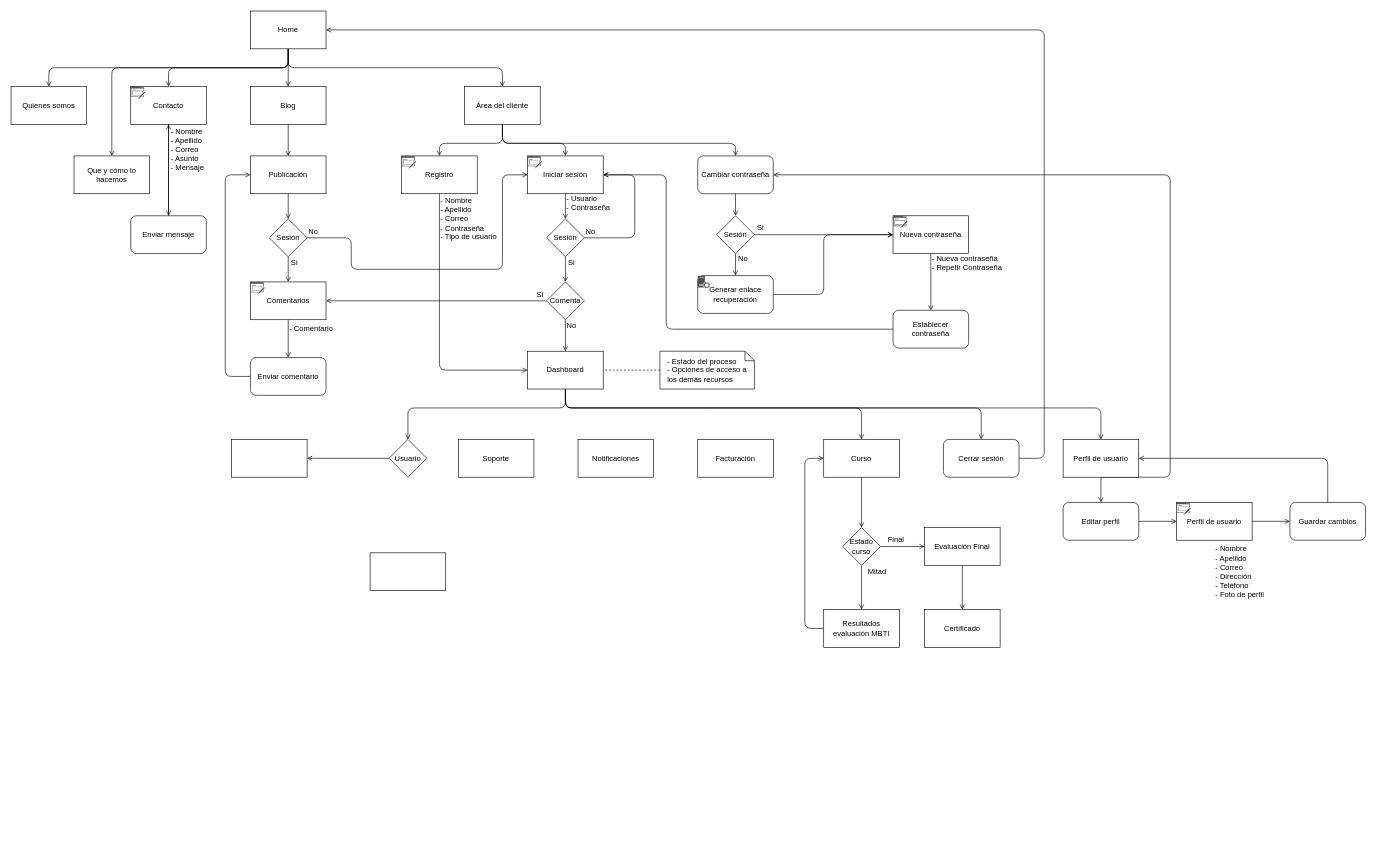
correakarl/TheTypeFactor keeps this draw.io diagram as page "MapaContenido" (3 of 3) of documentation/diagrams.drawio. Above is the earlier version. Source tidied: cells renumbered, new cells numbered last; positions are measured from the earlier drawing's top-left corner, leaving out a move shared by most shapes. Both pictures are drawn from the tidied source at 63%, with x=0, y=0 at pixel (11, 11).
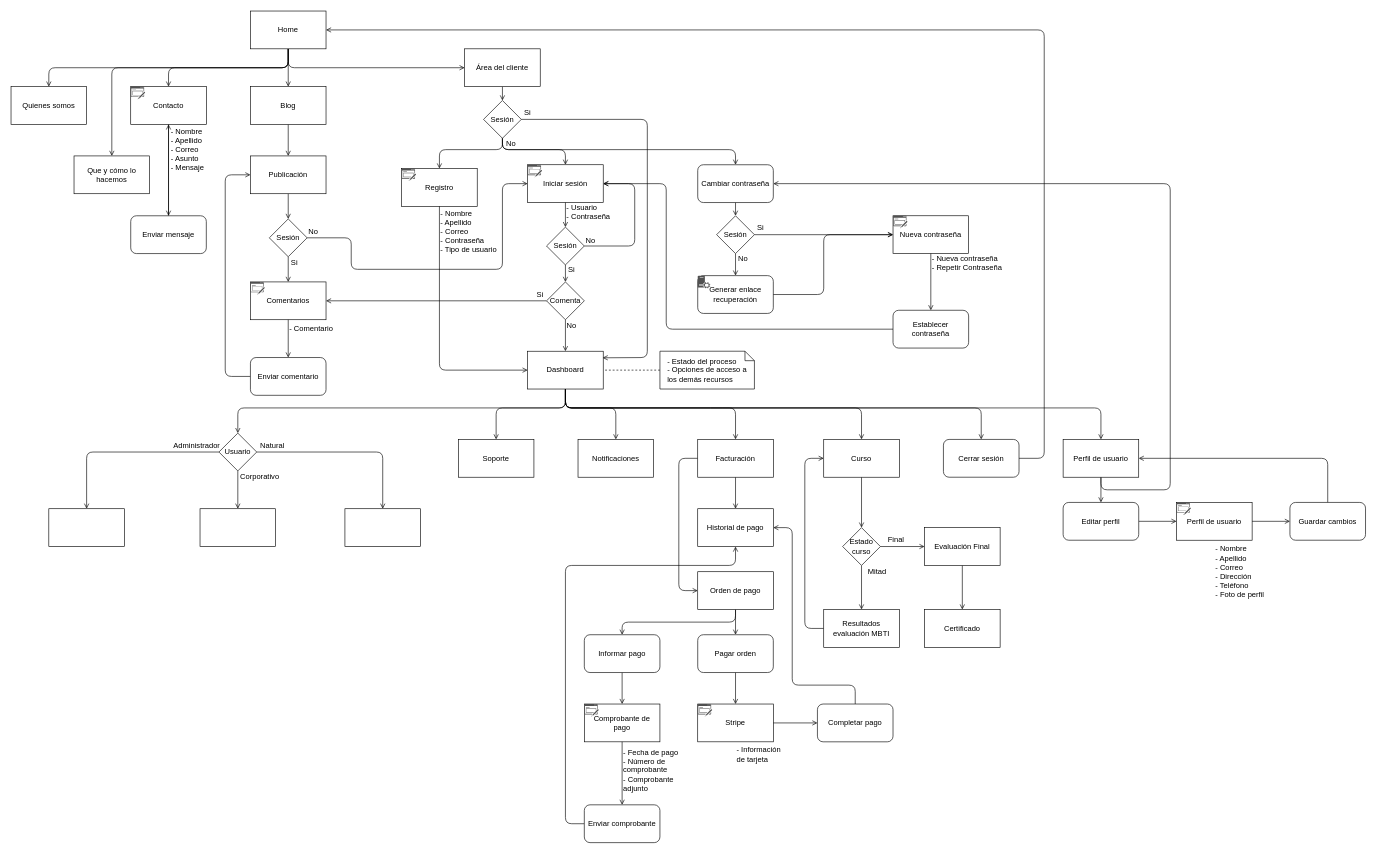
After the change.

The change refers to these unchanged cells:
```xml
<mxCell id="7" value="Home" style="rounded=0;whiteSpace=wrap;html=1;" parent="1" vertex="1">
  <mxGeometry x="380" width="120" height="60" as="geometry" />
</mxCell>
<mxCell id="14" value="Dashboard" style="rounded=0;whiteSpace=wrap;html=1;" parent="1" vertex="1">
  <mxGeometry x="820" y="540" width="120" height="60" as="geometry" />
</mxCell>
<mxCell id="20" value="Registro" style="rounded=0;whiteSpace=wrap;html=1;" parent="19" vertex="1">
  <mxGeometry width="120" height="60" as="geometry" />
</mxCell>
<mxCell id="23" value="Iniciar sesión" style="rounded=0;whiteSpace=wrap;html=1;" parent="22" vertex="1">
  <mxGeometry width="120" height="60" as="geometry" />
</mxCell>
<mxCell id="27" value="Sesión" style="rhombus;whiteSpace=wrap;html=1;" parent="1" vertex="1">
  <mxGeometry x="410" y="330" width="60" height="60" as="geometry" />
</mxCell>
<mxCell id="58" value="Establecer contraseña" style="rounded=1;whiteSpace=wrap;html=1;" parent="1" vertex="1">
  <mxGeometry x="1400" y="475" width="120" height="60" as="geometry" />
</mxCell>
<mxCell id="78" value="Perfil de usuario" style="whiteSpace=wrap;html=1;" parent="1" vertex="1">
  <mxGeometry x="1670" y="680" width="120" height="60" as="geometry" />
</mxCell>
<mxCell id="83" value="Facturación" style="whiteSpace=wrap;html=1;" parent="1" vertex="1">
  <mxGeometry x="1090" y="680" width="120" height="60" as="geometry" />
</mxCell>
<mxCell id="113" value="Notificaciones" style="whiteSpace=wrap;html=1;" parent="1" vertex="1">
  <mxGeometry x="900" y="680" width="120" height="60" as="geometry" />
</mxCell>
<mxCell id="114" value="Soporte" style="whiteSpace=wrap;html=1;" parent="1" vertex="1">
  <mxGeometry x="710" y="680" width="120" height="60" as="geometry" />
</mxCell>
```

Diff of the diagram source:
```diff
@@
     <mxCell id="6" style="edgeStyle=none;html=1;startArrow=none;startFill=0;endArrow=open;endFill=0;sourcePerimeterSpacing=0;" parent="1" edge="1" source="7" target="45">
       <mxGeometry relative="1" as="geometry">
         <Array as="points">
           <mxPoint x="440" y="90" />
-          <mxPoint x="780" y="90" />
         </Array>
       </mxGeometry>
     </mxCell>
@@
     <mxCell id="12" style="edgeStyle=none;html=1;startArrow=none;startFill=0;endArrow=open;endFill=0;sourcePerimeterSpacing=0;" parent="1" edge="1" source="14" target="37">
       <mxGeometry relative="1" as="geometry">
         <Array as="points">
           <mxPoint x="880" y="630" />
-          <mxPoint x="630" y="630" />
+          <mxPoint x="360" y="630" />
         </Array>
       </mxGeometry>
     </mxCell>
@@
     <mxCell id="19" style="group;" parent="1" vertex="1">
-      <mxGeometry x="620" y="230" width="120" height="60" as="geometry" />
+      <mxGeometry x="620" y="250" width="120" height="60" as="geometry" />
     </mxCell>
@@
     <mxCell id="22" style="group;" parent="1" vertex="1">
-      <mxGeometry x="820" y="230" width="120" height="60" as="geometry" />
+      <mxGeometry x="820" y="244" width="120" height="60" as="geometry" />
     </mxCell>
@@
     <mxCell id="26" style="edgeStyle=none;html=1;startArrow=none;startFill=0;endArrow=open;endFill=0;sourcePerimeterSpacing=0;" parent="1" edge="1" source="27" target="23">
       <mxGeometry relative="1" as="geometry">
         <Array as="points">
           <mxPoint x="540" y="360" />
           <mxPoint x="540" y="410" />
           <mxPoint x="780" y="410" />
-          <mxPoint x="780" y="260" />
+          <mxPoint x="780" y="274" />
         </Array>
       </mxGeometry>
     </mxCell>
@@
     <mxCell id="29" style="edgeStyle=none;html=1;startArrow=none;startFill=0;endArrow=open;endFill=0;sourcePerimeterSpacing=0;" parent="1" edge="1" source="30" target="23">
       <mxGeometry relative="1" as="geometry">
         <Array as="points">
-          <mxPoint x="990" y="360" />
-          <mxPoint x="990" y="260" />
+          <mxPoint x="990" y="373" />
+          <mxPoint x="990" y="274" />
         </Array>
       </mxGeometry>
     </mxCell>
     <mxCell id="30" value="Sesión" style="rhombus;whiteSpace=wrap;html=1;" parent="1" vertex="1">
-      <mxGeometry x="850" y="330" width="60" height="60" as="geometry" />
+      <mxGeometry x="850" y="343" width="60" height="60" as="geometry" />
     </mxCell>
@@
+    <mxCell id="115" style="edgeStyle=none;html=1;startArrow=none;startFill=0;endArrow=open;endFill=0;sourcePerimeterSpacing=0;" parent="1" edge="1" source="37" target="130">
+      <mxGeometry relative="1" as="geometry">
+        <Array as="points">
+          <mxPoint x="120" y="700" />
+        </Array>
+      </mxGeometry>
+    </mxCell>
+    <mxCell id="116" style="edgeStyle=none;html=1;startArrow=none;startFill=0;endArrow=open;endFill=0;sourcePerimeterSpacing=0;" parent="1" edge="1" source="37" target="47">
+      <mxGeometry relative="1" as="geometry">
+        <Array as="points">
+          <mxPoint x="590" y="700" />
+        </Array>
+      </mxGeometry>
+    </mxCell>
     <mxCell id="37" value="Usuario" style="rhombus;whiteSpace=wrap;html=1;" parent="1" vertex="1">
-      <mxGeometry x="600" y="680" width="60" height="60" as="geometry" />
+      <mxGeometry x="330" y="670" width="60" height="60" as="geometry" />
     </mxCell>
@@
-    <mxCell id="42" style="edgeStyle=none;html=1;startArrow=none;startFill=0;endArrow=open;endFill=0;sourcePerimeterSpacing=0;" parent="1" edge="1" source="45" target="20">
-      <mxGeometry relative="1" as="geometry">
-        <Array as="points">
-          <mxPoint x="780" y="210" />
-          <mxPoint x="680" y="210" />
-        </Array>
-      </mxGeometry>
-    </mxCell>
-    <mxCell id="43" style="edgeStyle=none;html=1;startArrow=none;startFill=0;endArrow=open;endFill=0;sourcePerimeterSpacing=0;" parent="1" edge="1" source="45" target="23">
-      <mxGeometry relative="1" as="geometry">
-        <Array as="points">
-          <mxPoint x="780" y="210" />
-          <mxPoint x="880" y="210" />
-        </Array>
-      </mxGeometry>
-    </mxCell>
-    <mxCell id="44" style="edgeStyle=none;html=1;startArrow=none;startFill=0;endArrow=open;endFill=0;sourcePerimeterSpacing=0;" parent="1" edge="1" source="45" target="56">
-      <mxGeometry relative="1" as="geometry">
-        <Array as="points">
-          <mxPoint x="780" y="210" />
-          <mxPoint x="1150" y="210" />
-        </Array>
-      </mxGeometry>
-    </mxCell>
+    <mxCell id="117" style="edgeStyle=none;html=1;startArrow=none;startFill=0;endArrow=open;endFill=0;sourcePerimeterSpacing=0;" parent="1" edge="1" source="45" target="122">
+      <mxGeometry relative="1" as="geometry" />
+    </mxCell>
     <mxCell id="45" value="Área del cliente" style="rounded=0;whiteSpace=wrap;html=1;" parent="1" vertex="1">
-      <mxGeometry x="720" y="120" width="120" height="60" as="geometry" />
+      <mxGeometry x="720" y="60" width="120" height="60" as="geometry" />
     </mxCell>
     <mxCell id="46" style="whiteSpace=wrap;html=1;" parent="1" vertex="1">
-      <mxGeometry x="350" y="680" width="120" height="60" as="geometry" />
+      <mxGeometry x="300" y="790" width="120" height="60" as="geometry" />
     </mxCell>
     <mxCell id="47" style="whiteSpace=wrap;html=1;" parent="1" vertex="1">
-      <mxGeometry x="570" y="860" width="120" height="60" as="geometry" />
+      <mxGeometry x="530" y="790" width="120" height="60" as="geometry" />
     </mxCell>
@@
     <mxCell id="50" value="No" style="text;html=1;strokeColor=none;fillColor=none;align=center;verticalAlign=middle;whiteSpace=wrap;rounded=0;" parent="1" vertex="1">
-      <mxGeometry x="910" y="340" width="20" height="20" as="geometry" />
+      <mxGeometry x="910" y="354" width="20" height="20" as="geometry" />
     </mxCell>
     <mxCell id="51" value="Si" style="text;html=1;strokeColor=none;fillColor=none;align=center;verticalAlign=middle;whiteSpace=wrap;rounded=0;" parent="1" vertex="1">
-      <mxGeometry x="880" y="390" width="20" height="20" as="geometry" />
+      <mxGeometry x="880" y="400" width="20" height="20" as="geometry" />
     </mxCell>
@@
     <mxCell id="56" value="Cambiar contraseña" style="rounded=1;whiteSpace=wrap;html=1;" parent="1" vertex="1">
-      <mxGeometry x="1090" y="230" width="120" height="60" as="geometry" />
+      <mxGeometry x="1090" y="244" width="120" height="60" as="geometry" />
     </mxCell>
     <mxCell id="57" style="edgeStyle=none;html=1;startArrow=none;startFill=0;endArrow=open;endFill=0;sourcePerimeterSpacing=0;" parent="1" edge="1" source="58" target="23">
       <mxGeometry relative="1" as="geometry">
         <Array as="points">
           <mxPoint x="1040" y="505" />
-          <mxPoint x="1040" y="260" />
+          <mxPoint x="1040" y="274" />
         </Array>
       </mxGeometry>
     </mxCell>
@@
     <mxCell id="60" value="- Usuario&lt;br&gt;- Contraseña" style="text;html=1;strokeColor=none;fillColor=none;align=left;verticalAlign=middle;whiteSpace=wrap;rounded=0;" parent="1" vertex="1">
-      <mxGeometry x="880" y="290" width="120" height="30" as="geometry" />
+      <mxGeometry x="880" y="304" width="120" height="30" as="geometry" />
     </mxCell>
     <mxCell id="61" value="- Nombre&lt;br&gt;- Apellido&lt;br&gt;- Correo&lt;br&gt;- Contraseña&lt;br&gt;- Tipo de usuario" style="text;html=1;strokeColor=none;fillColor=none;align=left;verticalAlign=middle;whiteSpace=wrap;rounded=0;" parent="1" vertex="1">
-      <mxGeometry x="680" y="275" width="120" height="110" as="geometry" />
+      <mxGeometry x="680" y="295" width="120" height="110" as="geometry" />
     </mxCell>
@@
     <mxCell id="77" style="edgeStyle=none;html=1;startArrow=none;startFill=0;endArrow=open;endFill=0;sourcePerimeterSpacing=0;" parent="1" edge="1" source="78" target="56">
       <mxGeometry relative="1" as="geometry">
         <Array as="points">
-          <mxPoint x="1730" y="740" />
-          <mxPoint x="1840" y="740" />
-          <mxPoint x="1840" y="260" />
+          <mxPoint x="1730" y="760" />
+          <mxPoint x="1840" y="760" />
+          <mxPoint x="1840" y="274" />
         </Array>
       </mxGeometry>
     </mxCell>
@@
+    <mxCell id="118" style="edgeStyle=none;html=1;startArrow=none;startFill=0;endArrow=open;endFill=0;sourcePerimeterSpacing=0;" parent="1" edge="1" source="83" target="134">
+      <mxGeometry relative="1" as="geometry" />
+    </mxCell>
+    <mxCell id="119" style="edgeStyle=none;html=1;startArrow=none;startFill=0;endArrow=open;endFill=0;sourcePerimeterSpacing=0;" parent="1" edge="1" source="83" target="137">
+      <mxGeometry relative="1" as="geometry">
+        <Array as="points">
+          <mxPoint x="1060" y="710" />
+          <mxPoint x="1060" y="920" />
+        </Array>
+      </mxGeometry>
+    </mxCell>
@@
+    <mxCell id="120" style="edgeStyle=none;html=1;startArrow=none;startFill=0;endArrow=open;endFill=0;sourcePerimeterSpacing=0;" parent="1" edge="1" source="122" target="23">
+      <mxGeometry relative="1" as="geometry">
+        <Array as="points">
+          <mxPoint x="780" y="220" />
+          <mxPoint x="880" y="220" />
+        </Array>
+      </mxGeometry>
+    </mxCell>
+    <mxCell id="121" style="edgeStyle=none;html=1;startArrow=none;startFill=0;endArrow=open;endFill=0;sourcePerimeterSpacing=0;entryX=0.993;entryY=0.174;entryDx=0;entryDy=0;entryPerimeter=0;" parent="1" edge="1" source="122" target="14">
+      <mxGeometry relative="1" as="geometry">
+        <Array as="points">
+          <mxPoint x="1010" y="172" />
+          <mxPoint x="1010" y="550" />
+        </Array>
+      </mxGeometry>
+    </mxCell>
+    <mxCell id="122" value="Sesión" style="rhombus;whiteSpace=wrap;html=1;" parent="1" vertex="1">
+      <mxGeometry x="750" y="142" width="60" height="60" as="geometry" />
+    </mxCell>
+    <mxCell id="123" value="Si" style="text;html=1;strokeColor=none;fillColor=none;align=center;verticalAlign=middle;whiteSpace=wrap;rounded=0;" parent="1" vertex="1">
+      <mxGeometry x="810" y="152" width="20" height="20" as="geometry" />
+    </mxCell>
+    <mxCell id="124" value="No" style="text;html=1;strokeColor=none;fillColor=none;align=center;verticalAlign=middle;whiteSpace=wrap;rounded=0;" parent="1" vertex="1">
+      <mxGeometry x="784" y="201" width="20" height="20" as="geometry" />
+    </mxCell>
+    <mxCell id="125" style="edgeStyle=none;html=1;startArrow=none;startFill=0;endArrow=open;endFill=0;sourcePerimeterSpacing=0;" parent="1" edge="1" source="122" target="56">
+      <mxGeometry relative="1" as="geometry">
+        <Array as="points">
+          <mxPoint x="780" y="220" />
+          <mxPoint x="1150" y="220" />
+        </Array>
+      </mxGeometry>
+    </mxCell>
+    <mxCell id="126" style="edgeStyle=none;html=1;startArrow=none;startFill=0;endArrow=open;endFill=0;sourcePerimeterSpacing=0;" parent="1" edge="1" source="122" target="20">
+      <mxGeometry relative="1" as="geometry">
+        <Array as="points">
+          <mxPoint x="780" y="220" />
+          <mxPoint x="680" y="220" />
+        </Array>
+      </mxGeometry>
+    </mxCell>
+    <mxCell id="127" style="edgeStyle=none;html=1;startArrow=none;startFill=0;endArrow=open;endFill=0;sourcePerimeterSpacing=0;" parent="1" edge="1" source="14" target="83">
+      <mxGeometry relative="1" as="geometry">
+        <Array as="points">
+          <mxPoint x="880" y="630" />
+          <mxPoint x="1120" y="630" />
+          <mxPoint x="1150" y="630" />
+        </Array>
+      </mxGeometry>
+    </mxCell>
+    <mxCell id="128" style="edgeStyle=none;html=1;startArrow=none;startFill=0;endArrow=open;endFill=0;sourcePerimeterSpacing=0;" parent="1" edge="1" source="14" target="113">
+      <mxGeometry relative="1" as="geometry">
+        <Array as="points">
+          <mxPoint x="880" y="630" />
+          <mxPoint x="960" y="630" />
+        </Array>
+      </mxGeometry>
+    </mxCell>
+    <mxCell id="129" style="edgeStyle=none;html=1;startArrow=none;startFill=0;endArrow=open;endFill=0;sourcePerimeterSpacing=0;" parent="1" edge="1" source="14" target="114">
+      <mxGeometry relative="1" as="geometry">
+        <Array as="points">
+          <mxPoint x="880" y="630" />
+          <mxPoint x="770" y="630" />
+        </Array>
+      </mxGeometry>
+    </mxCell>
+    <mxCell id="130" style="whiteSpace=wrap;html=1;" parent="1" vertex="1">
+      <mxGeometry x="60" y="790" width="120" height="60" as="geometry" />
+    </mxCell>
+    <mxCell id="131" value="Natural" style="text;html=1;strokeColor=none;fillColor=none;align=center;verticalAlign=middle;whiteSpace=wrap;rounded=0;" parent="1" vertex="1">
+      <mxGeometry x="390" y="680" width="50" height="20" as="geometry" />
+    </mxCell>
+    <mxCell id="132" value="Corporativo" style="text;html=1;strokeColor=none;fillColor=none;align=center;verticalAlign=middle;whiteSpace=wrap;rounded=0;" parent="1" vertex="1">
+      <mxGeometry x="360" y="730" width="70" height="20" as="geometry" />
+    </mxCell>
+    <mxCell id="133" value="Administrador" style="text;html=1;strokeColor=none;fillColor=none;align=center;verticalAlign=middle;whiteSpace=wrap;rounded=0;" parent="1" vertex="1">
+      <mxGeometry x="260" y="680" width="70" height="20" as="geometry" />
+    </mxCell>
+    <mxCell id="134" value="Historial de pago" style="whiteSpace=wrap;html=1;" parent="1" vertex="1">
+      <mxGeometry x="1090" y="790" width="120" height="60" as="geometry" />
+    </mxCell>
+    <mxCell id="135" style="edgeStyle=none;html=1;startArrow=none;startFill=0;endArrow=open;endFill=0;sourcePerimeterSpacing=0;" parent="1" edge="1" source="137" target="139">
+      <mxGeometry relative="1" as="geometry" />
+    </mxCell>
+    <mxCell id="136" style="edgeStyle=none;html=1;startArrow=none;startFill=0;endArrow=open;endFill=0;sourcePerimeterSpacing=0;" parent="1" edge="1" source="137" target="144">
+      <mxGeometry relative="1" as="geometry">
+        <Array as="points">
+          <mxPoint x="1150" y="970" />
+          <mxPoint x="970" y="970" />
+        </Array>
+      </mxGeometry>
+    </mxCell>
+    <mxCell id="137" value="Orden de pago" style="whiteSpace=wrap;html=1;" parent="1" vertex="1">
+      <mxGeometry x="1090" y="890" width="120" height="60" as="geometry" />
+    </mxCell>
+    <mxCell id="138" style="edgeStyle=none;html=1;startArrow=none;startFill=0;endArrow=open;endFill=0;sourcePerimeterSpacing=0;" parent="1" edge="1" source="139" target="141">
+      <mxGeometry relative="1" as="geometry" />
+    </mxCell>
+    <mxCell id="139" value="Pagar orden" style="rounded=1;whiteSpace=wrap;html=1;" parent="1" vertex="1">
+      <mxGeometry x="1090" y="990" width="120" height="60" as="geometry" />
+    </mxCell>
+    <mxCell id="140" style="group;" parent="1" vertex="1">
+      <mxGeometry x="1090" y="1100" width="120" height="60" as="geometry" />
+    </mxCell>
+    <mxCell id="141" value="Stripe" style="rounded=0;whiteSpace=wrap;html=1;" parent="140" vertex="1">
+      <mxGeometry width="120" height="60" as="geometry" />
+    </mxCell>
+    <mxCell id="142" style="sketch=0;shadow=0;dashed=0;html=1;strokeColor=none;fillColor=#505050;labelPosition=center;verticalLabelPosition=bottom;verticalAlign=top;align=center;shape=mxgraph.office.concepts.form;" parent="140" vertex="1">
+      <mxGeometry width="22.9" height="20" as="geometry" />
+    </mxCell>
+    <mxCell id="143" style="edgeStyle=none;html=1;startArrow=none;startFill=0;endArrow=open;endFill=0;sourcePerimeterSpacing=0;" parent="1" edge="1" source="144" target="146">
+      <mxGeometry relative="1" as="geometry" />
+    </mxCell>
+    <mxCell id="144" value="Informar pago" style="rounded=1;whiteSpace=wrap;html=1;" parent="1" vertex="1">
+      <mxGeometry x="910" y="990" width="120" height="60" as="geometry" />
+    </mxCell>
+    <mxCell id="145" style="group;" parent="1" vertex="1">
+      <mxGeometry x="910" y="1100" width="120" height="60" as="geometry" />
+    </mxCell>
+    <mxCell id="146" value="Comprobante de pago" style="rounded=0;whiteSpace=wrap;html=1;" parent="145" vertex="1">
+      <mxGeometry width="120" height="60" as="geometry" />
+    </mxCell>
+    <mxCell id="147" style="sketch=0;shadow=0;dashed=0;html=1;strokeColor=none;fillColor=#505050;labelPosition=center;verticalLabelPosition=bottom;verticalAlign=top;align=center;shape=mxgraph.office.concepts.form;" parent="145" vertex="1">
+      <mxGeometry width="22.9" height="20" as="geometry" />
+    </mxCell>
+    <mxCell id="148" style="edgeStyle=none;html=1;startArrow=none;startFill=0;endArrow=open;endFill=0;sourcePerimeterSpacing=0;" parent="1" edge="1" source="149" target="134">
+      <mxGeometry relative="1" as="geometry">
+        <Array as="points">
+          <mxPoint x="1340" y="1070" />
+          <mxPoint x="1240" y="1070" />
+          <mxPoint x="1240" y="820" />
+        </Array>
+      </mxGeometry>
+    </mxCell>
+    <mxCell id="149" value="Completar pago" style="rounded=1;whiteSpace=wrap;html=1;" parent="1" vertex="1">
+      <mxGeometry x="1280" y="1100" width="120" height="60" as="geometry" />
+    </mxCell>
+    <mxCell id="150" style="edgeStyle=none;html=1;startArrow=none;startFill=0;endArrow=open;endFill=0;sourcePerimeterSpacing=0;" parent="1" edge="1" source="141" target="149">
+      <mxGeometry relative="1" as="geometry" />
+    </mxCell>
+    <mxCell id="151" value="- Información de tarjeta" style="text;html=1;strokeColor=none;fillColor=none;align=left;verticalAlign=middle;whiteSpace=wrap;rounded=0;" parent="1" vertex="1">
+      <mxGeometry x="1150" y="1160" width="80" height="40" as="geometry" />
+    </mxCell>
+    <mxCell id="152" value="- Fecha de pago&lt;br&gt;- Número de comprobante&lt;br&gt;- Comprobante adjunto" style="text;html=1;strokeColor=none;fillColor=none;align=left;verticalAlign=middle;whiteSpace=wrap;rounded=0;" parent="1" vertex="1">
+      <mxGeometry x="970" y="1140" width="100" height="130" as="geometry" />
+    </mxCell>
+    <mxCell id="153" style="edgeStyle=none;html=1;startArrow=none;startFill=0;endArrow=open;endFill=0;sourcePerimeterSpacing=0;" parent="1" edge="1" source="154" target="134">
+      <mxGeometry relative="1" as="geometry">
+        <Array as="points">
+          <mxPoint x="880" y="1290" />
+          <mxPoint x="880" y="880" />
+          <mxPoint x="1150" y="880" />
+        </Array>
+      </mxGeometry>
+    </mxCell>
+    <mxCell id="154" value="Enviar comprobante" style="rounded=1;whiteSpace=wrap;html=1;" parent="1" vertex="1">
+      <mxGeometry x="910" y="1260" width="120" height="60" as="geometry" />
+    </mxCell>
+    <mxCell id="155" style="edgeStyle=none;html=1;startArrow=none;startFill=0;endArrow=open;endFill=0;sourcePerimeterSpacing=0;" parent="1" edge="1" source="146" target="154">
+      <mxGeometry relative="1" as="geometry" />
+    </mxCell>
```
